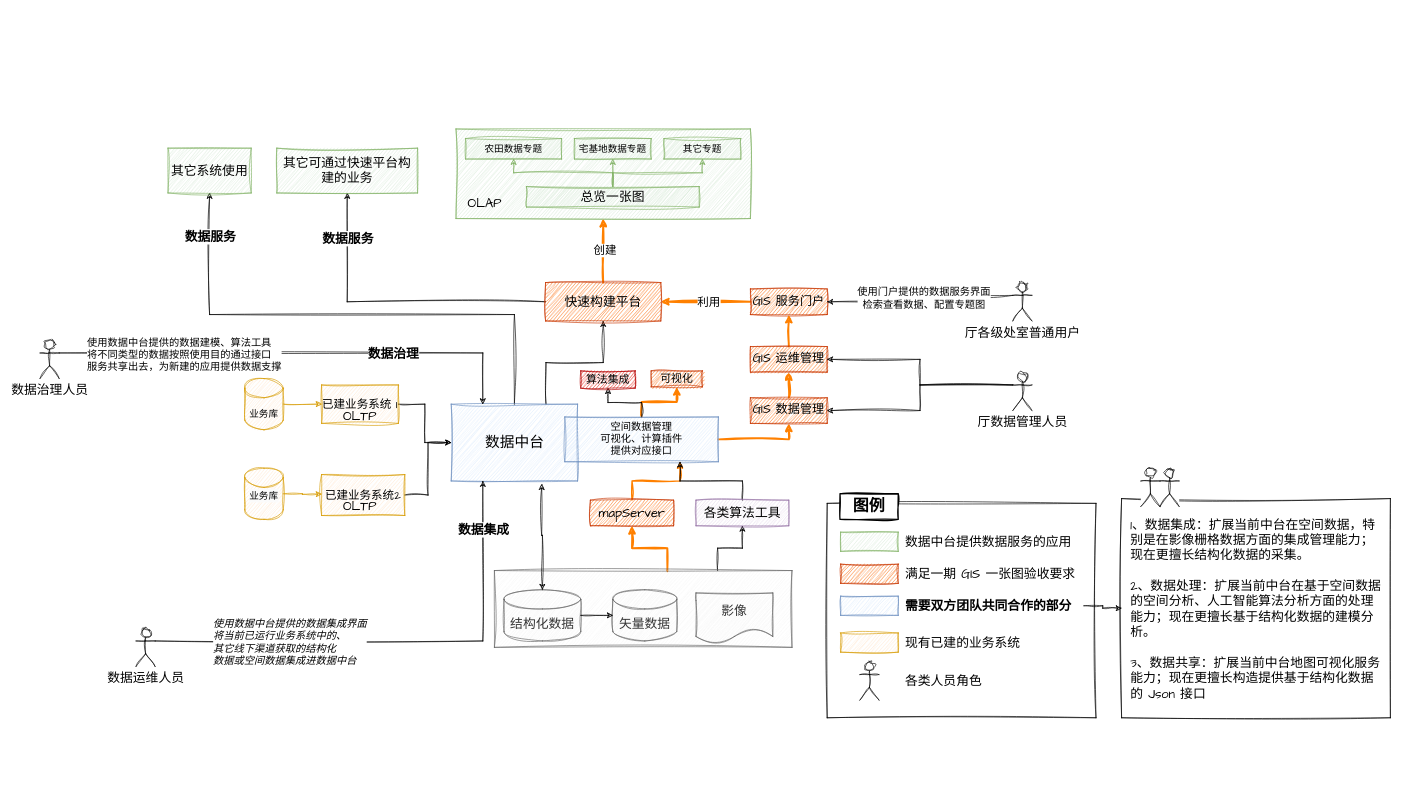
This is page "20230109" (4 of 4) of GIS 一张图.drawio from GISering/diagram, a draw.io file, before an edit. Source tidied: cells renumbered, new cells numbered last; positions are measured from the earlier drawing's top-left corner, leaving out a move shared by most shapes. Both pictures are drawn from the tidied source at 64%, with x=0, y=0 at pixel (40, 129).
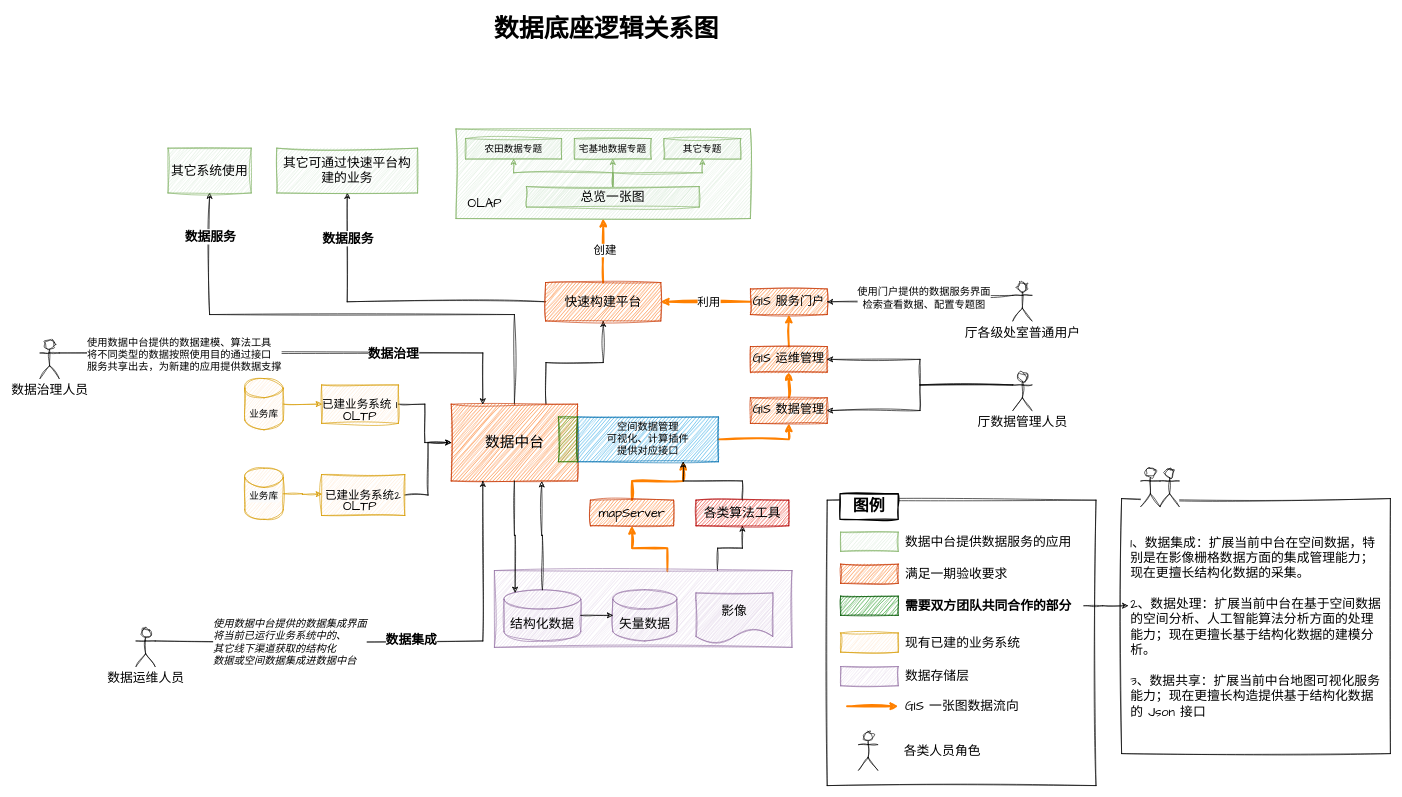
After the change.

Commit message:
更新GIS 一张图.drawio

Unchanged cells that the change refers to:
```xml
<mxCell id="18" value="mapServer" style="rounded=0;whiteSpace=wrap;html=1;sketch=1;hachureGap=4;jiggle=2;curveFitting=1;fontFamily=Architects Daughter;fontSize=20;fillColor=#fa6800;strokeColor=#C73500;fontColor=#000000;" parent="1" vertex="1">
  <mxGeometry x="860" y="580" width="130" height="40" as="geometry" />
</mxCell>
<mxCell id="51" style="edgeStyle=orthogonalEdgeStyle;rounded=0;sketch=1;hachureGap=4;jiggle=2;curveFitting=1;jettySize=auto;html=1;exitX=1;exitY=0.3333333333333333;exitDx=0;exitDy=0;exitPerimeter=0;entryX=0.25;entryY=1;entryDx=0;entryDy=0;fontFamily=Architects Daughter;fontSize=16;" parent="1" edge="1" source="50" target="6">
  <mxGeometry relative="1" as="geometry" />
</mxCell>
<mxCell id="77" value="需要双方团队共同合作的部分" style="text;html=1;strokeColor=none;fillColor=none;align=left;verticalAlign=middle;whiteSpace=wrap;rounded=0;fontSize=20;fontFamily=Architects Daughter;fontStyle=1;" parent="1" vertex="1">
  <mxGeometry x="1350" y="730" width="281" height="30" as="geometry" />
</mxCell>
```

The edit, as a diff of the source:
```diff
@@
     <mxCell id="2" style="rounded=0;whiteSpace=wrap;html=1;sketch=1;hachureGap=4;jiggle=2;curveFitting=1;fontFamily=Architects Daughter;fontSize=20;" parent="1" vertex="1">
-      <mxGeometry x="1230" y="585" width="420" height="335" as="geometry" />
+      <mxGeometry x="1230" y="580" width="420" height="446" as="geometry" />
     </mxCell>
@@
-    <mxCell id="6" value="数据中台" style="rounded=0;whiteSpace=wrap;html=1;sketch=1;hachureGap=4;jiggle=2;curveFitting=1;fontFamily=Architects Daughter;fontSize=23;fillColor=#dae8fc;strokeColor=#6c8ebf;" parent="1" vertex="1">
+    <mxCell id="6" value="数据中台" style="rounded=0;whiteSpace=wrap;html=1;sketch=1;hachureGap=4;jiggle=2;curveFitting=1;fontFamily=Architects Daughter;fontSize=23;fillColor=#fa6800;strokeColor=#C73500;fontColor=#000000;" parent="1" vertex="1">
       <mxGeometry x="642.5" y="430" width="197.5" height="120" as="geometry" />
     </mxCell>
@@
-    <mxCell id="8" style="edgeStyle=orthogonalEdgeStyle;rounded=0;sketch=1;hachureGap=4;jiggle=2;curveFitting=1;jettySize=auto;html=1;exitX=0.5;exitY=0;exitDx=0;exitDy=0;entryX=0.5;entryY=1;entryDx=0;entryDy=0;fontFamily=Architects Daughter;fontSize=16;fillColor=#fa6800;strokeColor=#FF8000;strokeWidth=3;" parent="1" edge="1" source="10" target="48">
-      <mxGeometry relative="1" as="geometry" />
-    </mxCell>
-    <mxCell id="9" style="edgeStyle=orthogonalEdgeStyle;rounded=0;sketch=1;hachureGap=4;jiggle=2;curveFitting=1;jettySize=auto;html=1;exitX=0.5;exitY=0;exitDx=0;exitDy=0;entryX=0.5;entryY=1;entryDx=0;entryDy=0;fontFamily=Architects Daughter;fontSize=16;" parent="1" edge="1" source="10" target="49">
-      <mxGeometry relative="1" as="geometry" />
-    </mxCell>
-    <mxCell id="10" value="空间数据管理&lt;br&gt;可视化、计算插件&lt;br&gt;提供对应接口" style="rounded=0;whiteSpace=wrap;html=1;sketch=1;hachureGap=4;jiggle=2;curveFitting=1;fontFamily=Architects Daughter;fontSize=16;fillColor=#dae8fc;strokeColor=#6c8ebf;" parent="1" vertex="1">
-      <mxGeometry x="820" y="450" width="240" height="70" as="geometry" />
+    <mxCell id="10" value="空间数据管理&lt;br&gt;可视化、计算插件&lt;br&gt;提供对应接口" style="rounded=0;whiteSpace=wrap;html=1;sketch=1;hachureGap=4;jiggle=2;curveFitting=1;fontFamily=Architects Daughter;fontSize=16;fillColor=#1ba1e2;strokeColor=#006EAF;fontColor=#000000;" parent="1" vertex="1">
+      <mxGeometry x="840" y="450" width="220" height="70" as="geometry" />
     </mxCell>
@@
-    <mxCell id="13" style="rounded=0;whiteSpace=wrap;html=1;sketch=1;hachureGap=4;jiggle=2;curveFitting=1;fontFamily=Architects Daughter;fontSize=20;fillColor=#f5f5f5;fontColor=#333333;strokeColor=#666666;" parent="1" vertex="1">
+    <mxCell id="13" style="rounded=0;whiteSpace=wrap;html=1;sketch=1;hachureGap=4;jiggle=2;curveFitting=1;fontFamily=Architects Daughter;fontSize=20;fillColor=#e1d5e7;strokeColor=#9673a6;" parent="1" vertex="1">
       <mxGeometry x="710" y="690" width="465" height="120" as="geometry" />
     </mxCell>
-    <mxCell id="14" value="结构化数据" style="shape=cylinder3;whiteSpace=wrap;html=1;boundedLbl=1;backgroundOutline=1;size=15;sketch=1;hachureGap=4;jiggle=2;curveFitting=1;fontFamily=Architects Daughter;fontSize=20;fillColor=#f5f5f5;fontColor=#333333;strokeColor=#666666;" parent="1" vertex="1">
+    <mxCell id="14" value="结构化数据" style="shape=cylinder3;whiteSpace=wrap;html=1;boundedLbl=1;backgroundOutline=1;size=15;sketch=1;hachureGap=4;jiggle=2;curveFitting=1;fontFamily=Architects Daughter;fontSize=20;fillColor=#e1d5e7;strokeColor=#9673a6;" parent="1" vertex="1">
       <mxGeometry x="725" y="720" width="120" height="80" as="geometry" />
     </mxCell>
-    <mxCell id="15" value="矢量数据" style="shape=cylinder3;whiteSpace=wrap;html=1;boundedLbl=1;backgroundOutline=1;size=15;sketch=1;hachureGap=4;jiggle=2;curveFitting=1;fontFamily=Architects Daughter;fontSize=20;fillColor=#f5f5f5;fontColor=#333333;strokeColor=#666666;" parent="1" vertex="1">
+    <mxCell id="15" value="矢量数据" style="shape=cylinder3;whiteSpace=wrap;html=1;boundedLbl=1;backgroundOutline=1;size=15;sketch=1;hachureGap=4;jiggle=2;curveFitting=1;fontFamily=Architects Daughter;fontSize=20;fillColor=#e1d5e7;strokeColor=#9673a6;" parent="1" vertex="1">
       <mxGeometry x="895" y="720" width="100" height="80" as="geometry" />
     </mxCell>
-    <mxCell id="16" value="影像" style="shape=document;whiteSpace=wrap;html=1;boundedLbl=1;sketch=1;hachureGap=4;jiggle=2;curveFitting=1;fontFamily=Architects Daughter;fontSize=20;fillColor=#f5f5f5;fontColor=#333333;strokeColor=#666666;" parent="1" vertex="1">
+    <mxCell id="16" value="影像" style="shape=document;whiteSpace=wrap;html=1;boundedLbl=1;sketch=1;hachureGap=4;jiggle=2;curveFitting=1;fontFamily=Architects Daughter;fontSize=20;fillColor=#e1d5e7;strokeColor=#9673a6;" parent="1" vertex="1">
       <mxGeometry x="1025" y="725" width="120" height="80" as="geometry" />
     </mxCell>
-    <mxCell id="17" style="edgeStyle=orthogonalEdgeStyle;rounded=0;sketch=1;hachureGap=4;jiggle=2;curveFitting=1;jettySize=auto;html=1;exitX=0.5;exitY=0;exitDx=0;exitDy=0;entryX=0.75;entryY=1;entryDx=0;entryDy=0;fontFamily=Architects Daughter;fontSize=16;strokeColor=#FF8000;strokeWidth=2;" parent="1" edge="1" source="18" target="10">
+    <mxCell id="17" style="edgeStyle=orthogonalEdgeStyle;rounded=0;sketch=1;hachureGap=4;jiggle=2;curveFitting=1;jettySize=auto;html=1;exitX=0.5;exitY=0;exitDx=0;exitDy=0;entryX=0.75;entryY=1;entryDx=0;entryDy=0;fontFamily=Architects Daughter;fontSize=16;strokeColor=#FF8000;strokeWidth=3;" parent="1" edge="1" source="18" target="10">
       <mxGeometry relative="1" as="geometry" />
     </mxCell>
@@
-    <mxCell id="20" value="各类算法工具" style="rounded=0;whiteSpace=wrap;html=1;sketch=1;hachureGap=4;jiggle=2;curveFitting=1;fontFamily=Architects Daughter;fontSize=20;fillColor=#e1d5e7;strokeColor=#9673a6;" parent="1" vertex="1">
+    <mxCell id="20" value="各类算法工具" style="rounded=0;whiteSpace=wrap;html=1;sketch=1;hachureGap=4;jiggle=2;curveFitting=1;fontFamily=Architects Daughter;fontSize=20;fillColor=#e51400;strokeColor=#B20000;fontColor=#000000;" parent="1" vertex="1">
       <mxGeometry x="1025" y="580" width="145" height="40" as="geometry" />
     </mxCell>
@@
-    <mxCell id="48" value="可视化" style="rounded=0;whiteSpace=wrap;html=1;sketch=1;hachureGap=4;jiggle=2;curveFitting=1;fontFamily=Architects Daughter;fontSize=17;fillColor=#fa6800;strokeColor=#C73500;fontColor=#000000;" parent="1" vertex="1">
-      <mxGeometry x="955" y="378" width="80" height="25" as="geometry" />
-    </mxCell>
-    <mxCell id="49" value="算法集成" style="rounded=0;whiteSpace=wrap;html=1;sketch=1;hachureGap=4;jiggle=2;curveFitting=1;fontFamily=Architects Daughter;fontSize=17;fillColor=#e51400;strokeColor=#B20000;fontColor=#000000;" parent="1" vertex="1">
-      <mxGeometry x="845" y="378" width="85" height="27" as="geometry" />
-    </mxCell>
@@
     <mxCell id="53" value="数据集成" style="edgeLabel;html=1;align=center;verticalAlign=middle;fontSize=20;fontFamily=Architects Daughter;fontStyle=1;" parent="51" vertex="1">
-      <mxGeometry x="0.8" y="-1" relative="1" as="geometry" />
+      <mxGeometry x="0.8" y="-1" relative="1" as="geometry">
+        <mxPoint x="-113" y="173" as="offset" />
+      </mxGeometry>
     </mxCell>
-    <mxCell id="54" style="edgeStyle=orthogonalEdgeStyle;rounded=0;sketch=1;hachureGap=4;jiggle=2;curveFitting=1;jettySize=auto;html=1;exitX=0.5;exitY=0;exitDx=0;exitDy=0;exitPerimeter=0;entryX=0.716;entryY=1.042;entryDx=0;entryDy=0;entryPerimeter=0;fontFamily=Architects Daughter;fontSize=16;startArrow=classic;startFill=1;" parent="1" edge="1" source="14" target="6">
-      <mxGeometry relative="1" as="geometry" />
-    </mxCell>
@@
-    <mxCell id="74" value="满足一期 GIS 一张图验收要求" style="text;html=1;strokeColor=none;fillColor=none;align=left;verticalAlign=middle;whiteSpace=wrap;rounded=0;fontSize=20;fontFamily=Architects Daughter;" parent="1" vertex="1">
+    <mxCell id="74" value="满足一期验收要求" style="text;html=1;strokeColor=none;fillColor=none;align=left;verticalAlign=middle;whiteSpace=wrap;rounded=0;fontSize=20;fontFamily=Architects Daughter;" parent="1" vertex="1">
       <mxGeometry x="1350" y="680" width="281" height="30" as="geometry" />
     </mxCell>
-    <mxCell id="75" style="rounded=0;whiteSpace=wrap;html=1;sketch=1;hachureGap=4;jiggle=2;curveFitting=1;fontFamily=Architects Daughter;fontSize=20;fillColor=#dae8fc;strokeColor=#6c8ebf;" parent="1" vertex="1">
+    <mxCell id="75" style="rounded=0;whiteSpace=wrap;html=1;sketch=1;hachureGap=4;jiggle=2;curveFitting=1;fontFamily=Architects Daughter;fontSize=20;fillColor=#008a00;strokeColor=#005700;fontColor=#ffffff;" parent="1" vertex="1">
       <mxGeometry x="1251" y="730" width="90" height="30" as="geometry" />
     </mxCell>
-    <mxCell id="76" style="edgeStyle=orthogonalEdgeStyle;rounded=0;sketch=1;hachureGap=4;jiggle=2;curveFitting=1;jettySize=auto;html=1;exitX=1;exitY=0.5;exitDx=0;exitDy=0;fontFamily=Architects Daughter;fontSize=16;" parent="1" edge="1" source="77" target="84">
-      <mxGeometry relative="1" as="geometry" />
-    </mxCell>
@@
     <mxCell id="82" style="shape=umlActor;verticalLabelPosition=bottom;verticalAlign=top;html=1;sketch=1;hachureGap=4;jiggle=2;curveFitting=1;fontFamily=Architects Daughter;fontSize=20;" parent="1" vertex="1">
-      <mxGeometry x="1281" y="832.5" width="30" height="60" as="geometry" />
+      <mxGeometry x="1279" y="942" width="30" height="60" as="geometry" />
     </mxCell>
     <mxCell id="83" value="各类人员角色" style="text;html=1;strokeColor=none;fillColor=none;align=left;verticalAlign=middle;whiteSpace=wrap;rounded=0;fontSize=20;fontFamily=Architects Daughter;" parent="1" vertex="1">
-      <mxGeometry x="1350" y="847.5" width="281" height="30" as="geometry" />
+      <mxGeometry x="1348" y="957" width="281" height="30" as="geometry" />
     </mxCell>
     <mxCell id="84" value="1、数据集成：扩展当前中台在空间数据，特别是在影像栅格数据方面的集成管理能力；现在更擅长结构化数据的采集。&lt;br&gt;&lt;br&gt;2、数据处理：扩展当前中台在基于空间数据的空间分析、人工智能算法分析方面的处理能力；现在更擅长基于结构化数据的建模分析。&lt;br&gt;&lt;br&gt;3、数据共享：扩展当前中台地图可视化服务能力；现在更擅长构造提供基于结构化数据的 Json 接口" style="rounded=0;whiteSpace=wrap;html=1;sketch=1;hachureGap=4;jiggle=2;curveFitting=1;fontFamily=Architects Daughter;fontSize=20;align=left;spacingTop=2;spacingLeft=12;spacingRight=12;" parent="1" vertex="1">
-      <mxGeometry x="1690" y="577.5" width="420" height="342.5" as="geometry" />
+      <mxGeometry x="1690" y="577.5" width="420" height="398.5" as="geometry" />
     </mxCell>
@@
+    <mxCell id="88" style="edgeStyle=orthogonalEdgeStyle;rounded=0;sketch=1;hachureGap=4;jiggle=2;curveFitting=1;jettySize=auto;html=1;exitX=0.5;exitY=1;exitDx=0;exitDy=0;entryX=0.145;entryY=0;entryDx=0;entryDy=4.35;entryPerimeter=0;fontFamily=Architects Daughter;fontSize=16;" parent="1" edge="1" source="6" target="14">
+      <mxGeometry relative="1" as="geometry" />
+    </mxCell>
+    <mxCell id="54" style="edgeStyle=orthogonalEdgeStyle;rounded=0;sketch=1;hachureGap=4;jiggle=2;curveFitting=1;jettySize=auto;html=1;exitX=0.5;exitY=0;exitDx=0;exitDy=0;exitPerimeter=0;entryX=0.716;entryY=1.008;entryDx=0;entryDy=0;entryPerimeter=0;fontFamily=Architects Daughter;fontSize=16;" parent="1" edge="1" source="14" target="6">
+      <mxGeometry relative="1" as="geometry" />
+    </mxCell>
+    <mxCell id="89" style="rounded=0;whiteSpace=wrap;html=1;sketch=1;hachureGap=4;jiggle=2;curveFitting=1;fontFamily=Architects Daughter;fontSize=20;fillColor=#60a917;strokeColor=#2D7600;fontColor=#ffffff;" parent="1" vertex="1">
+      <mxGeometry x="810" y="450" width="30" height="70" as="geometry" />
+    </mxCell>
+    <mxCell id="90" value="数据底座逻辑关系图" style="text;html=1;strokeColor=none;fillColor=none;align=center;verticalAlign=middle;whiteSpace=wrap;rounded=0;fontSize=39;fontFamily=Architects Daughter;fontStyle=1;" parent="1" vertex="1">
+      <mxGeometry x="675" y="-184" width="420" height="60" as="geometry" />
+    </mxCell>
+    <mxCell id="91" style="endArrow=classic;html=1;rounded=0;sketch=1;hachureGap=4;jiggle=2;curveFitting=1;fontFamily=Architects Daughter;fontSize=16;strokeColor=#FF8000;strokeWidth=3;" parent="1" edge="1">
+      <mxGeometry relative="1" as="geometry">
+        <mxPoint x="1261" y="902" as="sourcePoint" />
+        <mxPoint x="1341" y="902" as="targetPoint" />
+      </mxGeometry>
+    </mxCell>
+    <mxCell id="92" value="GIS 一张图数据流向" style="text;html=1;strokeColor=none;fillColor=none;align=left;verticalAlign=middle;whiteSpace=wrap;rounded=0;fontSize=20;fontFamily=Architects Daughter;" parent="1" vertex="1">
+      <mxGeometry x="1350" y="886" width="281" height="30" as="geometry" />
+    </mxCell>
+    <mxCell id="76" style="edgeStyle=orthogonalEdgeStyle;rounded=0;sketch=1;hachureGap=4;jiggle=2;curveFitting=1;jettySize=auto;html=1;exitX=1;exitY=0.5;exitDx=0;exitDy=0;entryX=0.024;entryY=0.42;entryDx=0;entryDy=0;entryPerimeter=0;fontFamily=Architects Daughter;fontSize=16;" parent="1" edge="1" source="77" target="84">
+      <mxGeometry relative="1" as="geometry" />
+    </mxCell>
+    <mxCell id="93" style="rounded=0;whiteSpace=wrap;html=1;sketch=1;hachureGap=4;jiggle=2;curveFitting=1;fontFamily=Architects Daughter;fontSize=20;fillColor=#e1d5e7;strokeColor=#9673a6;" parent="1" vertex="1">
+      <mxGeometry x="1251" y="840" width="90" height="30" as="geometry" />
+    </mxCell>
+    <mxCell id="94" value="数据存储层" style="text;html=1;strokeColor=none;fillColor=none;align=left;verticalAlign=middle;whiteSpace=wrap;rounded=0;fontSize=20;fontFamily=Architects Daughter;" parent="1" vertex="1">
+      <mxGeometry x="1350" y="840" width="281" height="30" as="geometry" />
+    </mxCell>
```
